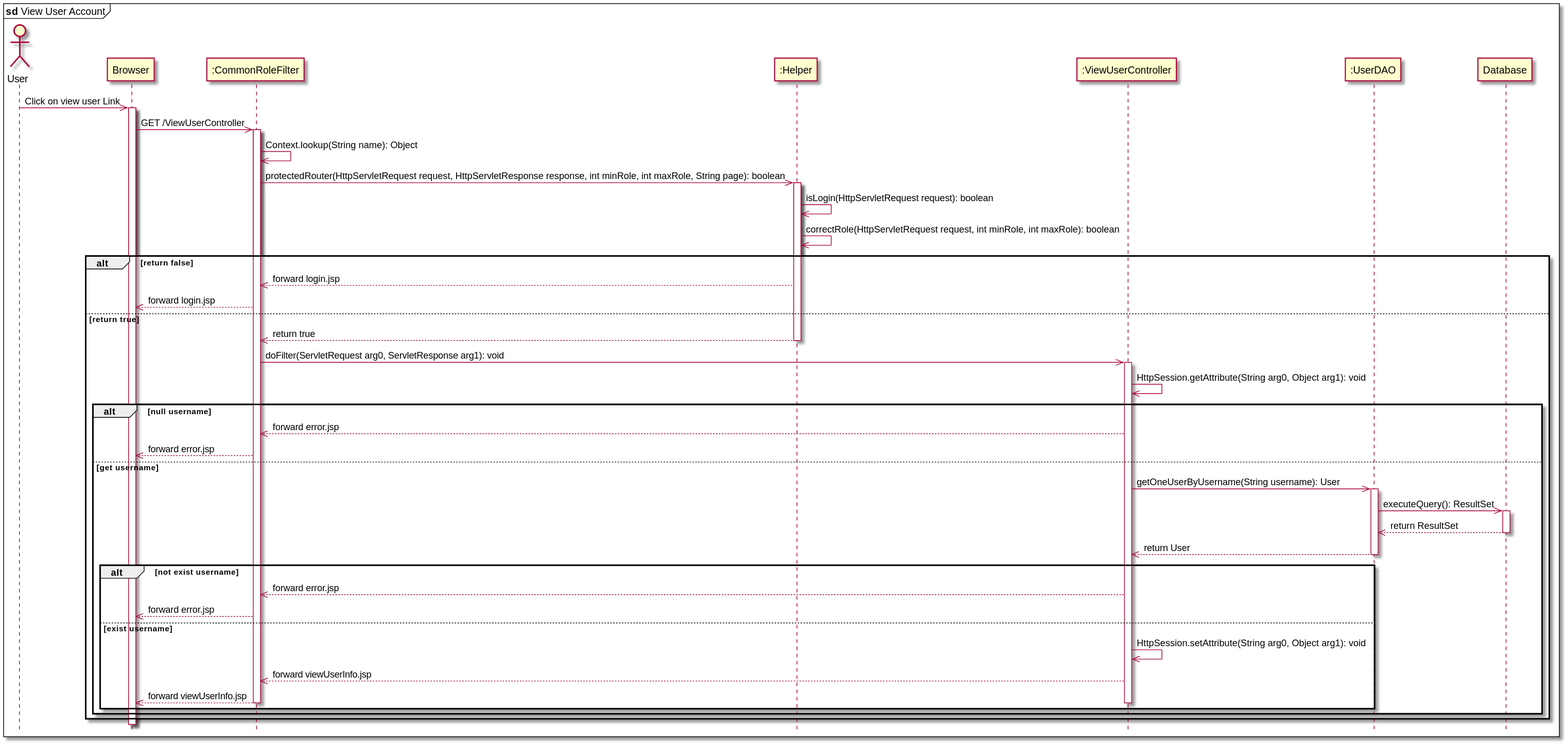
This is data/sequence/viewUser.svg from tantruong2303/booking-hotel, a PlantUML export, as it was before one commit.
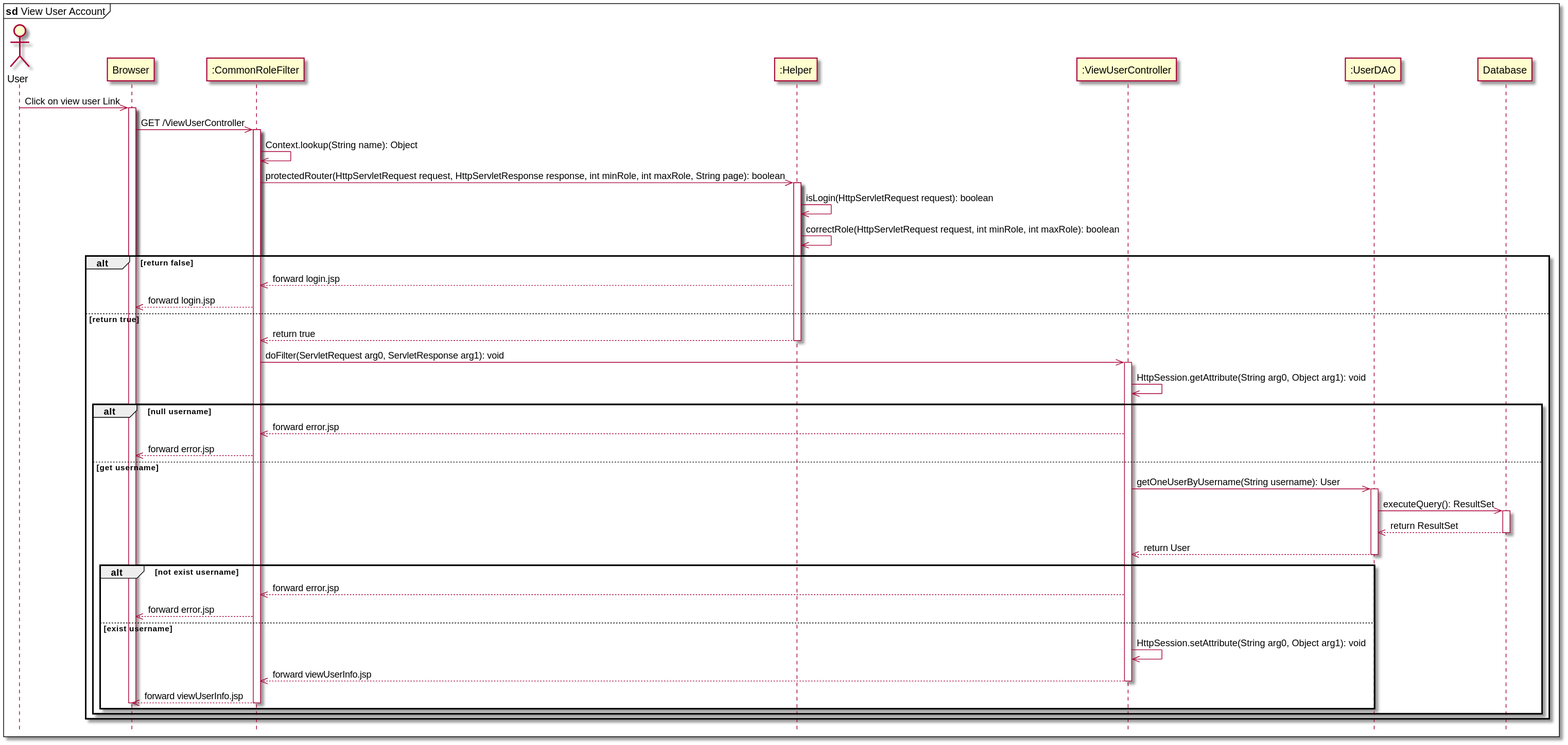
After the change.

Change to the diagram source:
```diff
@@ -47,9 +47,10 @@
         else exist username
             ViewUserController ->> ViewUserController: HttpSession.setAttribute(String arg0, Object arg1): void
             ViewUserController -->> CommonRoleFilter: forward viewUserInfo.jsp
+        deactivate ViewUserController
             CommonRoleFilter -->> Browser: forward viewUserInfo.jsp
         deactivate CommonRoleFilter
-        deactivate ViewUserController
+        deactivate Browser
     end
     end
 end
```
